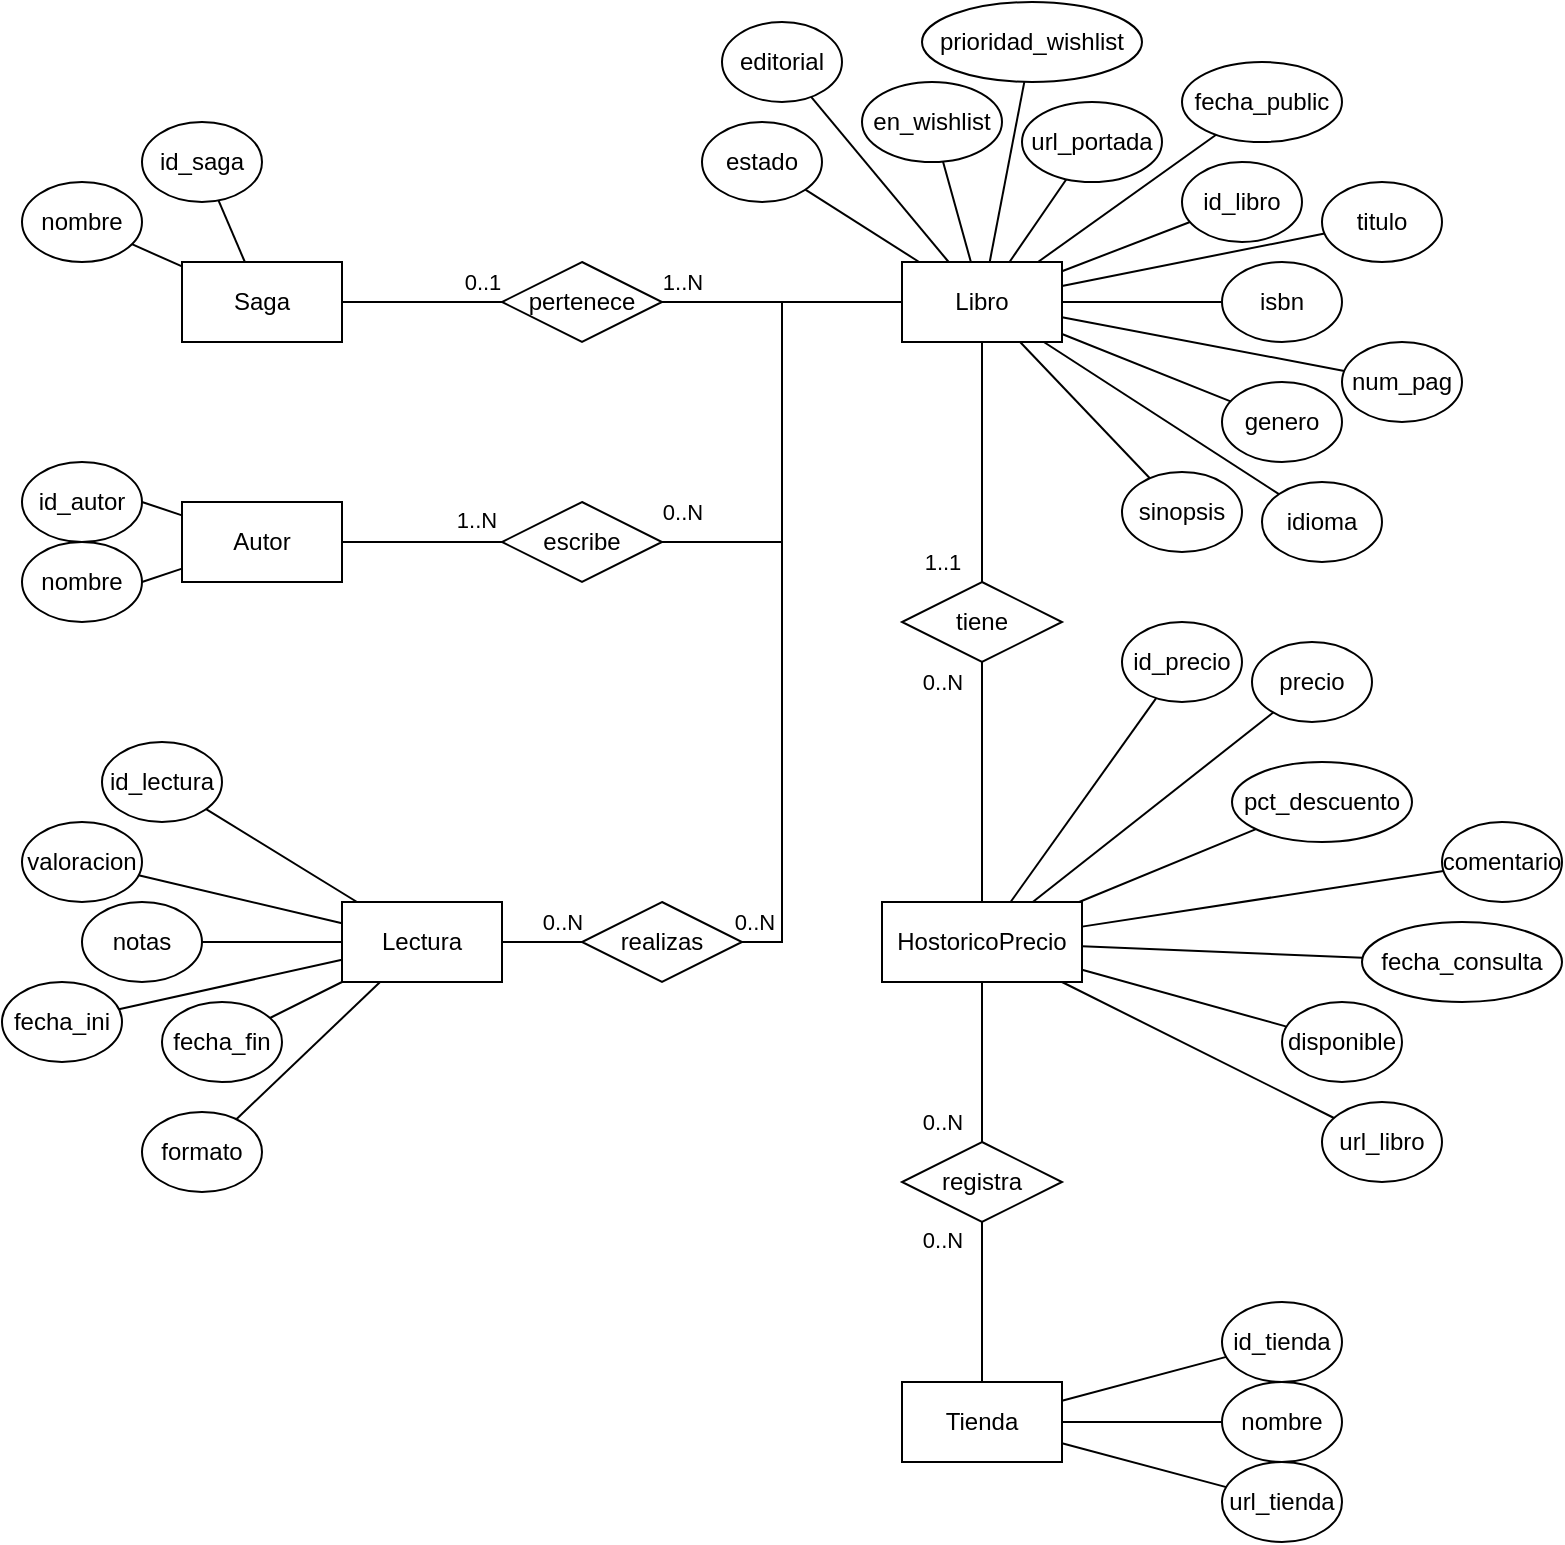
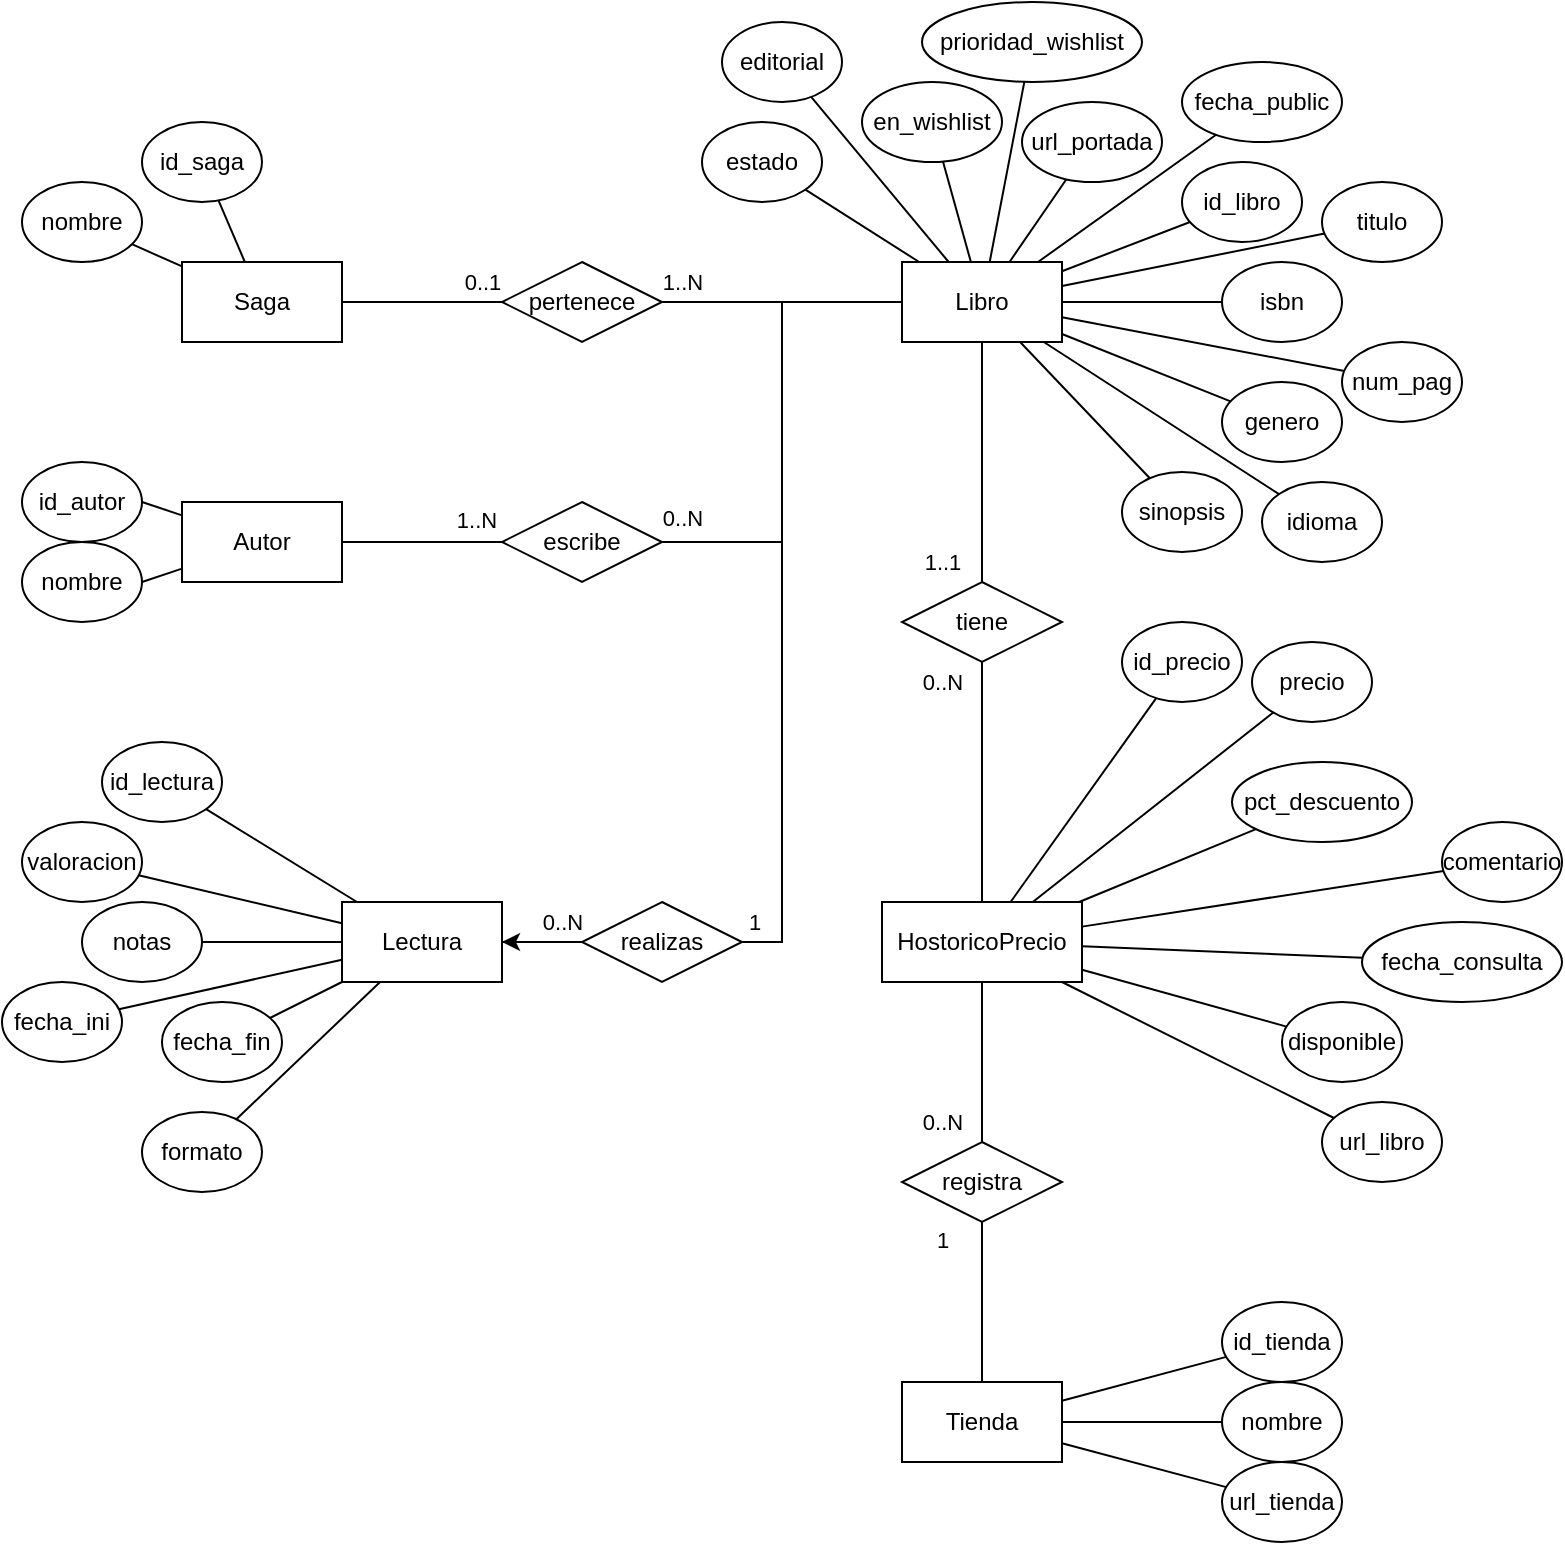
<mxfile host="app.diagrams.net">
  <diagram name="Page-1" id="43clveSkA00BWzA2pZKT">
    <mxGraphModel dx="1414" dy="777" grid="1" gridSize="10" guides="1" tooltips="1" connect="1" arrows="1" fold="1" page="1" pageScale="1" pageWidth="827" pageHeight="1169" math="0" shadow="0">
      <root>
        <mxCell id="0" />
        <mxCell id="1" parent="0" />
        <mxCell id="LIHbsuWyisdT2iaSAF74-56" edge="1" parent="1" source="LIHbsuWyisdT2iaSAF74-1" style="rounded=0;orthogonalLoop=1;jettySize=auto;html=1;endArrow=none;endFill=0;" target="LIHbsuWyisdT2iaSAF74-40">
          <mxGeometry relative="1" as="geometry" />
        </mxCell>
        <mxCell id="LIHbsuWyisdT2iaSAF74-57" edge="1" parent="1" source="LIHbsuWyisdT2iaSAF74-1" style="rounded=0;orthogonalLoop=1;jettySize=auto;html=1;endArrow=none;endFill=0;" target="LIHbsuWyisdT2iaSAF74-21">
          <mxGeometry relative="1" as="geometry" />
        </mxCell>
        <mxCell id="LIHbsuWyisdT2iaSAF74-58" edge="1" parent="1" source="LIHbsuWyisdT2iaSAF74-1" style="rounded=0;orthogonalLoop=1;jettySize=auto;html=1;endArrow=none;endFill=0;" target="LIHbsuWyisdT2iaSAF74-10">
          <mxGeometry relative="1" as="geometry" />
        </mxCell>
        <mxCell id="LIHbsuWyisdT2iaSAF74-59" edge="1" parent="1" source="LIHbsuWyisdT2iaSAF74-1" style="rounded=0;orthogonalLoop=1;jettySize=auto;html=1;endArrow=none;endFill=0;" target="LIHbsuWyisdT2iaSAF74-36">
          <mxGeometry relative="1" as="geometry" />
        </mxCell>
        <mxCell id="LIHbsuWyisdT2iaSAF74-60" edge="1" parent="1" source="LIHbsuWyisdT2iaSAF74-1" style="rounded=0;orthogonalLoop=1;jettySize=auto;html=1;endArrow=none;endFill=0;" target="LIHbsuWyisdT2iaSAF74-3">
          <mxGeometry relative="1" as="geometry" />
        </mxCell>
        <mxCell id="LIHbsuWyisdT2iaSAF74-61" edge="1" parent="1" source="LIHbsuWyisdT2iaSAF74-1" style="rounded=0;orthogonalLoop=1;jettySize=auto;html=1;endArrow=none;endFill=0;" target="LIHbsuWyisdT2iaSAF74-23">
          <mxGeometry relative="1" as="geometry" />
        </mxCell>
        <mxCell id="LIHbsuWyisdT2iaSAF74-62" edge="1" parent="1" source="LIHbsuWyisdT2iaSAF74-1" style="rounded=0;orthogonalLoop=1;jettySize=auto;html=1;endArrow=none;endFill=0;" target="LIHbsuWyisdT2iaSAF74-17">
          <mxGeometry relative="1" as="geometry" />
        </mxCell>
        <mxCell id="LIHbsuWyisdT2iaSAF74-63" edge="1" parent="1" source="LIHbsuWyisdT2iaSAF74-1" style="rounded=0;orthogonalLoop=1;jettySize=auto;html=1;endArrow=none;endFill=0;" target="LIHbsuWyisdT2iaSAF74-38">
          <mxGeometry relative="1" as="geometry" />
        </mxCell>
        <mxCell id="LIHbsuWyisdT2iaSAF74-64" edge="1" parent="1" source="LIHbsuWyisdT2iaSAF74-1" style="rounded=0;orthogonalLoop=1;jettySize=auto;html=1;endArrow=none;endFill=0;" target="LIHbsuWyisdT2iaSAF74-39">
          <mxGeometry relative="1" as="geometry" />
        </mxCell>
        <mxCell id="LIHbsuWyisdT2iaSAF74-65" edge="1" parent="1" source="LIHbsuWyisdT2iaSAF74-1" style="rounded=0;orthogonalLoop=1;jettySize=auto;html=1;endArrow=none;endFill=0;" target="LIHbsuWyisdT2iaSAF74-48">
          <mxGeometry relative="1" as="geometry" />
        </mxCell>
        <mxCell id="LIHbsuWyisdT2iaSAF74-66" edge="1" parent="1" source="LIHbsuWyisdT2iaSAF74-1" style="rounded=0;orthogonalLoop=1;jettySize=auto;html=1;endArrow=none;endFill=0;" target="LIHbsuWyisdT2iaSAF74-47">
          <mxGeometry relative="1" as="geometry" />
        </mxCell>
        <mxCell id="LIHbsuWyisdT2iaSAF74-67" edge="1" parent="1" source="LIHbsuWyisdT2iaSAF74-1" style="rounded=0;orthogonalLoop=1;jettySize=auto;html=1;endArrow=none;endFill=0;" target="LIHbsuWyisdT2iaSAF74-37">
          <mxGeometry relative="1" as="geometry" />
        </mxCell>
        <mxCell id="LIHbsuWyisdT2iaSAF74-68" edge="1" parent="1" source="LIHbsuWyisdT2iaSAF74-1" style="rounded=0;orthogonalLoop=1;jettySize=auto;html=1;endArrow=none;endFill=0;" target="LIHbsuWyisdT2iaSAF74-41">
          <mxGeometry relative="1" as="geometry" />
        </mxCell>
        <mxCell id="LIHbsuWyisdT2iaSAF74-1" parent="1" style="rounded=0;whiteSpace=wrap;html=1;" value="Libro" vertex="1">
          <mxGeometry height="40" width="80" x="480" y="160" as="geometry" />
        </mxCell>
        <mxCell id="LIHbsuWyisdT2iaSAF74-49" edge="1" parent="1" source="LIHbsuWyisdT2iaSAF74-2" style="rounded=0;orthogonalLoop=1;jettySize=auto;html=1;endArrow=none;endFill=0;" target="LIHbsuWyisdT2iaSAF74-16">
          <mxGeometry relative="1" as="geometry">
            <mxPoint x="80" y="120" as="targetPoint" />
          </mxGeometry>
        </mxCell>
        <mxCell id="LIHbsuWyisdT2iaSAF74-50" edge="1" parent="1" source="LIHbsuWyisdT2iaSAF74-2" style="rounded=0;orthogonalLoop=1;jettySize=auto;html=1;endArrow=none;endFill=0;" target="LIHbsuWyisdT2iaSAF74-8">
          <mxGeometry relative="1" as="geometry">
            <mxPoint x="80" y="160" as="targetPoint" />
          </mxGeometry>
        </mxCell>
        <mxCell id="LIHbsuWyisdT2iaSAF74-2" parent="1" style="rounded=0;whiteSpace=wrap;html=1;" value="Saga" vertex="1">
          <mxGeometry height="40" width="80" x="120" y="160" as="geometry" />
        </mxCell>
        <mxCell id="LIHbsuWyisdT2iaSAF74-3" parent="1" style="ellipse;whiteSpace=wrap;html=1;" value="isbn" vertex="1">
          <mxGeometry height="40" width="60" x="640" y="160" as="geometry" />
        </mxCell>
        <mxCell id="LIHbsuWyisdT2iaSAF74-8" parent="1" style="ellipse;whiteSpace=wrap;html=1;" value="nombre" vertex="1">
          <mxGeometry height="40" width="60" x="40" y="120" as="geometry" />
        </mxCell>
        <mxCell id="LIHbsuWyisdT2iaSAF74-10" parent="1" style="ellipse;whiteSpace=wrap;html=1;" value="genero" vertex="1">
          <mxGeometry height="40" width="60" x="640" y="220" as="geometry" />
        </mxCell>
        <mxCell id="LIHbsuWyisdT2iaSAF74-76" edge="1" parent="1" source="LIHbsuWyisdT2iaSAF74-11" style="rounded=0;orthogonalLoop=1;jettySize=auto;html=1;endArrow=none;endFill=0;" target="LIHbsuWyisdT2iaSAF74-26">
          <mxGeometry relative="1" as="geometry" />
        </mxCell>
        <mxCell id="LIHbsuWyisdT2iaSAF74-77" edge="1" parent="1" source="LIHbsuWyisdT2iaSAF74-11" style="rounded=0;orthogonalLoop=1;jettySize=auto;html=1;endArrow=none;endFill=0;" target="LIHbsuWyisdT2iaSAF74-27">
          <mxGeometry relative="1" as="geometry" />
        </mxCell>
        <mxCell id="LIHbsuWyisdT2iaSAF74-78" edge="1" parent="1" source="LIHbsuWyisdT2iaSAF74-11" style="rounded=0;orthogonalLoop=1;jettySize=auto;html=1;endArrow=none;endFill=0;" target="LIHbsuWyisdT2iaSAF74-28">
          <mxGeometry relative="1" as="geometry">
            <mxPoint x="470" y="480" as="targetPoint" />
          </mxGeometry>
        </mxCell>
        <mxCell id="LIHbsuWyisdT2iaSAF74-79" edge="1" parent="1" source="LIHbsuWyisdT2iaSAF74-11" style="rounded=0;orthogonalLoop=1;jettySize=auto;html=1;endArrow=none;endFill=0;" target="LIHbsuWyisdT2iaSAF74-29">
          <mxGeometry relative="1" as="geometry" />
        </mxCell>
        <mxCell id="LIHbsuWyisdT2iaSAF74-80" edge="1" parent="1" source="LIHbsuWyisdT2iaSAF74-11" style="rounded=0;orthogonalLoop=1;jettySize=auto;html=1;endArrow=none;endFill=0;" target="LIHbsuWyisdT2iaSAF74-30">
          <mxGeometry relative="1" as="geometry" />
        </mxCell>
        <mxCell id="LIHbsuWyisdT2iaSAF74-81" edge="1" parent="1" source="LIHbsuWyisdT2iaSAF74-11" style="rounded=0;orthogonalLoop=1;jettySize=auto;html=1;endArrow=none;endFill=0;" target="LIHbsuWyisdT2iaSAF74-42">
          <mxGeometry relative="1" as="geometry" />
        </mxCell>
        <mxCell id="LIHbsuWyisdT2iaSAF74-11" parent="1" style="rounded=0;whiteSpace=wrap;html=1;" value="Lectura" vertex="1">
          <mxGeometry height="40" width="80" x="200" y="480" as="geometry" />
        </mxCell>
        <mxCell id="LIHbsuWyisdT2iaSAF74-51" edge="1" parent="1" source="LIHbsuWyisdT2iaSAF74-12" style="rounded=0;orthogonalLoop=1;jettySize=auto;html=1;entryX=1;entryY=0.5;entryDx=0;entryDy=0;endArrow=none;endFill=0;" target="LIHbsuWyisdT2iaSAF74-18">
          <mxGeometry relative="1" as="geometry" />
        </mxCell>
        <mxCell id="LIHbsuWyisdT2iaSAF74-52" edge="1" parent="1" source="LIHbsuWyisdT2iaSAF74-12" style="rounded=0;orthogonalLoop=1;jettySize=auto;html=1;entryX=1;entryY=0.5;entryDx=0;entryDy=0;endArrow=none;endFill=0;" target="LIHbsuWyisdT2iaSAF74-19">
          <mxGeometry relative="1" as="geometry" />
        </mxCell>
        <mxCell id="LIHbsuWyisdT2iaSAF74-12" parent="1" style="rounded=0;whiteSpace=wrap;html=1;" value="Autor" vertex="1">
          <mxGeometry height="40" width="80" x="120" y="280" as="geometry" />
        </mxCell>
        <mxCell id="LIHbsuWyisdT2iaSAF74-69" edge="1" parent="1" source="LIHbsuWyisdT2iaSAF74-13" style="rounded=0;orthogonalLoop=1;jettySize=auto;html=1;endArrow=none;endFill=0;" target="LIHbsuWyisdT2iaSAF74-31">
          <mxGeometry relative="1" as="geometry" />
        </mxCell>
        <mxCell id="LIHbsuWyisdT2iaSAF74-70" edge="1" parent="1" source="LIHbsuWyisdT2iaSAF74-13" style="rounded=0;orthogonalLoop=1;jettySize=auto;html=1;endArrow=none;endFill=0;" target="LIHbsuWyisdT2iaSAF74-32">
          <mxGeometry relative="1" as="geometry" />
        </mxCell>
        <mxCell id="LIHbsuWyisdT2iaSAF74-71" edge="1" parent="1" source="LIHbsuWyisdT2iaSAF74-13" style="rounded=0;orthogonalLoop=1;jettySize=auto;html=1;endArrow=none;endFill=0;" target="LIHbsuWyisdT2iaSAF74-34">
          <mxGeometry relative="1" as="geometry" />
        </mxCell>
        <mxCell id="LIHbsuWyisdT2iaSAF74-72" edge="1" parent="1" source="LIHbsuWyisdT2iaSAF74-13" style="rounded=0;orthogonalLoop=1;jettySize=auto;html=1;endArrow=none;endFill=0;" target="LIHbsuWyisdT2iaSAF74-35">
          <mxGeometry relative="1" as="geometry" />
        </mxCell>
        <mxCell id="LIHbsuWyisdT2iaSAF74-73" edge="1" parent="1" source="LIHbsuWyisdT2iaSAF74-13" style="rounded=0;orthogonalLoop=1;jettySize=auto;html=1;endArrow=none;endFill=0;" target="LIHbsuWyisdT2iaSAF74-44">
          <mxGeometry relative="1" as="geometry" />
        </mxCell>
        <mxCell id="LIHbsuWyisdT2iaSAF74-74" edge="1" parent="1" source="LIHbsuWyisdT2iaSAF74-13" style="rounded=0;orthogonalLoop=1;jettySize=auto;html=1;endArrow=none;endFill=0;" target="LIHbsuWyisdT2iaSAF74-45">
          <mxGeometry relative="1" as="geometry" />
        </mxCell>
        <mxCell id="LIHbsuWyisdT2iaSAF74-75" edge="1" parent="1" source="LIHbsuWyisdT2iaSAF74-13" style="rounded=0;orthogonalLoop=1;jettySize=auto;html=1;endArrow=none;endFill=0;" target="LIHbsuWyisdT2iaSAF74-46">
          <mxGeometry relative="1" as="geometry" />
        </mxCell>
        <mxCell id="LIHbsuWyisdT2iaSAF74-13" parent="1" style="rounded=0;whiteSpace=wrap;html=1;" value="HostoricoPrecio" vertex="1">
          <mxGeometry height="40" width="100" x="470" y="480" as="geometry" />
        </mxCell>
        <mxCell id="LIHbsuWyisdT2iaSAF74-53" edge="1" parent="1" source="LIHbsuWyisdT2iaSAF74-14" style="rounded=0;orthogonalLoop=1;jettySize=auto;html=1;endArrow=none;endFill=0;" target="LIHbsuWyisdT2iaSAF74-24">
          <mxGeometry relative="1" as="geometry" />
        </mxCell>
        <mxCell id="LIHbsuWyisdT2iaSAF74-54" edge="1" parent="1" source="LIHbsuWyisdT2iaSAF74-14" style="rounded=0;orthogonalLoop=1;jettySize=auto;html=1;endArrow=none;endFill=0;" target="LIHbsuWyisdT2iaSAF74-25">
          <mxGeometry relative="1" as="geometry" />
        </mxCell>
        <mxCell id="LIHbsuWyisdT2iaSAF74-55" edge="1" parent="1" source="LIHbsuWyisdT2iaSAF74-14" style="rounded=0;orthogonalLoop=1;jettySize=auto;html=1;endArrow=none;endFill=0;" target="LIHbsuWyisdT2iaSAF74-43">
          <mxGeometry relative="1" as="geometry" />
        </mxCell>
        <mxCell id="LIHbsuWyisdT2iaSAF74-14" parent="1" style="rounded=0;whiteSpace=wrap;html=1;" value="Tienda" vertex="1">
          <mxGeometry height="40" width="80" x="480" y="720" as="geometry" />
        </mxCell>
        <mxCell id="LIHbsuWyisdT2iaSAF74-16" parent="1" style="ellipse;whiteSpace=wrap;html=1;" value="id_saga" vertex="1">
          <mxGeometry height="40" width="60" x="100" y="90" as="geometry" />
        </mxCell>
        <mxCell id="LIHbsuWyisdT2iaSAF74-17" parent="1" style="ellipse;whiteSpace=wrap;html=1;" value="id_libro&lt;span style=&quot;color: rgba(0, 0, 0, 0); font-family: monospace; font-size: 0px; text-align: start; white-space: nowrap;&quot;&gt;%3CmxGraphModel%3E%3Croot%3E%3CmxCell%20id%3D%220%22%2F%3E%3CmxCell%20id%3D%221%22%20parent%3D%220%22%2F%3E%3CmxCell%20id%3D%222%22%20parent%3D%221%22%20style%3D%22ellipse%3BwhiteSpace%3Dwrap%3Bhtml%3D1%3B%22%20value%3D%22nombre%22%20vertex%3D%221%22%3E%3CmxGeometry%20height%3D%2240%22%20width%3D%2260%22%20x%3D%2240%22%20y%3D%2280%22%20as%3D%22geometry%22%2F%3E%3C%2FmxCell%3E%3C%2Froot%3E%3C%2FmxGraphModel%3E&lt;/span&gt;" vertex="1">
          <mxGeometry height="40" width="60" x="620" y="110" as="geometry" />
        </mxCell>
        <mxCell id="LIHbsuWyisdT2iaSAF74-18" parent="1" style="ellipse;whiteSpace=wrap;html=1;" value="id_autor" vertex="1">
          <mxGeometry height="40" width="60" x="40" y="260" as="geometry" />
        </mxCell>
        <mxCell id="LIHbsuWyisdT2iaSAF74-19" parent="1" style="ellipse;whiteSpace=wrap;html=1;" value="nombre" vertex="1">
          <mxGeometry height="40" width="60" x="40" y="300" as="geometry" />
        </mxCell>
        <mxCell id="LIHbsuWyisdT2iaSAF74-21" parent="1" style="ellipse;whiteSpace=wrap;html=1;" value="idioma" vertex="1">
          <mxGeometry height="40" width="60" x="660" y="270" as="geometry" />
        </mxCell>
        <mxCell id="LIHbsuWyisdT2iaSAF74-23" parent="1" style="ellipse;whiteSpace=wrap;html=1;" value="titulo" vertex="1">
          <mxGeometry height="40" width="60" x="690" y="120" as="geometry" />
        </mxCell>
        <mxCell id="LIHbsuWyisdT2iaSAF74-24" parent="1" style="ellipse;whiteSpace=wrap;html=1;" value="id_tienda" vertex="1">
          <mxGeometry height="40" width="60" x="640" y="680" as="geometry" />
        </mxCell>
        <mxCell id="LIHbsuWyisdT2iaSAF74-25" parent="1" style="ellipse;whiteSpace=wrap;html=1;" value="nombre" vertex="1">
          <mxGeometry height="40" width="60" x="640" y="720" as="geometry" />
        </mxCell>
        <mxCell id="LIHbsuWyisdT2iaSAF74-26" parent="1" style="ellipse;whiteSpace=wrap;html=1;" value="id_lectura" vertex="1">
          <mxGeometry height="40" width="60" x="80" y="400" as="geometry" />
        </mxCell>
        <mxCell id="LIHbsuWyisdT2iaSAF74-27" parent="1" style="ellipse;whiteSpace=wrap;html=1;" value="valoracion" vertex="1">
          <mxGeometry height="40" width="60" x="40" y="440" as="geometry" />
        </mxCell>
        <mxCell id="LIHbsuWyisdT2iaSAF74-28" parent="1" style="ellipse;whiteSpace=wrap;html=1;" value="notas" vertex="1">
          <mxGeometry height="40" width="60" x="70" y="480" as="geometry" />
        </mxCell>
        <mxCell id="LIHbsuWyisdT2iaSAF74-29" parent="1" style="ellipse;whiteSpace=wrap;html=1;" value="fecha_ini" vertex="1">
          <mxGeometry height="40" width="60" x="30" y="520" as="geometry" />
        </mxCell>
        <mxCell id="LIHbsuWyisdT2iaSAF74-30" parent="1" style="ellipse;whiteSpace=wrap;html=1;" value="fecha_fin" vertex="1">
          <mxGeometry height="40" width="60" x="110" y="530" as="geometry" />
        </mxCell>
        <mxCell id="LIHbsuWyisdT2iaSAF74-31" parent="1" style="ellipse;whiteSpace=wrap;html=1;" value="id_precio" vertex="1">
          <mxGeometry height="40" width="60" x="590" y="340" as="geometry" />
        </mxCell>
        <mxCell id="LIHbsuWyisdT2iaSAF74-32" parent="1" style="ellipse;whiteSpace=wrap;html=1;" value="precio" vertex="1">
          <mxGeometry height="40" width="60" x="655" y="350" as="geometry" />
        </mxCell>
        <mxCell id="LIHbsuWyisdT2iaSAF74-34" parent="1" style="ellipse;whiteSpace=wrap;html=1;" value="pct_descuento" vertex="1">
          <mxGeometry height="40" width="90" x="645" y="410" as="geometry" />
        </mxCell>
        <mxCell id="LIHbsuWyisdT2iaSAF74-35" parent="1" style="ellipse;whiteSpace=wrap;html=1;" value="comentario" vertex="1">
          <mxGeometry height="40" width="60" x="750" y="440" as="geometry" />
        </mxCell>
        <mxCell id="LIHbsuWyisdT2iaSAF74-36" parent="1" style="ellipse;whiteSpace=wrap;html=1;" value="num_pag" vertex="1">
          <mxGeometry height="40" width="60" x="700" y="200" as="geometry" />
        </mxCell>
        <mxCell id="LIHbsuWyisdT2iaSAF74-37" parent="1" style="ellipse;whiteSpace=wrap;html=1;" value="editorial" vertex="1">
          <mxGeometry height="40" width="60" x="390" y="40" as="geometry" />
        </mxCell>
        <mxCell id="LIHbsuWyisdT2iaSAF74-38" parent="1" style="ellipse;whiteSpace=wrap;html=1;" value="fecha_public" vertex="1">
          <mxGeometry height="40" width="80" x="620" y="60" as="geometry" />
        </mxCell>
        <mxCell id="LIHbsuWyisdT2iaSAF74-39" parent="1" style="ellipse;whiteSpace=wrap;html=1;" value="url_&lt;span style=&quot;background-color: transparent; color: light-dark(rgb(0, 0, 0), rgb(255, 255, 255));&quot;&gt;portada&lt;/span&gt;" vertex="1">
          <mxGeometry height="40" width="70" x="540" y="80" as="geometry" />
        </mxCell>
        <mxCell id="LIHbsuWyisdT2iaSAF74-40" parent="1" style="ellipse;whiteSpace=wrap;html=1;" value="sinopsis" vertex="1">
          <mxGeometry height="40" width="60" x="590" y="265" as="geometry" />
        </mxCell>
        <mxCell id="LIHbsuWyisdT2iaSAF74-41" parent="1" style="ellipse;whiteSpace=wrap;html=1;" value="estado" vertex="1">
          <mxGeometry height="40" width="60" x="380" y="90" as="geometry" />
        </mxCell>
        <mxCell id="LIHbsuWyisdT2iaSAF74-42" parent="1" style="ellipse;whiteSpace=wrap;html=1;" value="formato" vertex="1">
          <mxGeometry height="40" width="60" x="100" y="585" as="geometry" />
        </mxCell>
        <mxCell id="LIHbsuWyisdT2iaSAF74-43" parent="1" style="ellipse;whiteSpace=wrap;html=1;" value="url_tienda" vertex="1">
          <mxGeometry height="40" width="60" x="640" y="760" as="geometry" />
        </mxCell>
        <mxCell id="LIHbsuWyisdT2iaSAF74-44" parent="1" style="ellipse;whiteSpace=wrap;html=1;" value="fecha_consulta" vertex="1">
          <mxGeometry height="40" width="100" x="710" y="490" as="geometry" />
        </mxCell>
        <mxCell id="LIHbsuWyisdT2iaSAF74-45" parent="1" style="ellipse;whiteSpace=wrap;html=1;" value="disponible" vertex="1">
          <mxGeometry height="40" width="60" x="670" y="530" as="geometry" />
        </mxCell>
        <mxCell id="LIHbsuWyisdT2iaSAF74-46" parent="1" style="ellipse;whiteSpace=wrap;html=1;" value="url_libro" vertex="1">
          <mxGeometry height="40" width="60" x="690" y="580" as="geometry" />
        </mxCell>
        <mxCell id="LIHbsuWyisdT2iaSAF74-47" parent="1" style="ellipse;whiteSpace=wrap;html=1;" value="en_wishlist" vertex="1">
          <mxGeometry height="40" width="70" x="460" y="70" as="geometry" />
        </mxCell>
        <mxCell id="LIHbsuWyisdT2iaSAF74-48" parent="1" style="ellipse;whiteSpace=wrap;html=1;" value="prioridad_wishlist" vertex="1">
          <mxGeometry height="40" width="110" x="490" y="30" as="geometry" />
        </mxCell>
        <mxCell id="LIHbsuWyisdT2iaSAF74-83" edge="1" parent="1" source="LIHbsuWyisdT2iaSAF74-82" style="rounded=0;orthogonalLoop=1;jettySize=auto;html=1;endArrow=none;endFill=0;edgeStyle=orthogonalEdgeStyle;" target="LIHbsuWyisdT2iaSAF74-2">
          <mxGeometry relative="1" as="geometry">
            <mxPoint x="270" y="180" as="sourcePoint" />
          </mxGeometry>
        </mxCell>
        <mxCell id="LIHbsuWyisdT2iaSAF74-99" connectable="0" parent="LIHbsuWyisdT2iaSAF74-83" style="edgeLabel;html=1;align=center;verticalAlign=middle;resizable=0;points=[];" value="0..1" vertex="1">
          <mxGeometry relative="1" x="-0.475" as="geometry">
            <mxPoint x="11" y="-10" as="offset" />
          </mxGeometry>
        </mxCell>
        <mxCell id="LIHbsuWyisdT2iaSAF74-84" edge="1" parent="1" source="LIHbsuWyisdT2iaSAF74-82" style="rounded=0;orthogonalLoop=1;jettySize=auto;html=1;endArrow=none;endFill=0;edgeStyle=orthogonalEdgeStyle;" target="LIHbsuWyisdT2iaSAF74-1">
          <mxGeometry relative="1" as="geometry" />
        </mxCell>
        <mxCell id="LIHbsuWyisdT2iaSAF74-98" connectable="0" parent="LIHbsuWyisdT2iaSAF74-84" style="edgeLabel;html=1;align=center;verticalAlign=middle;resizable=0;points=[];" value="1..N" vertex="1">
          <mxGeometry relative="1" x="-0.65" y="3" as="geometry">
            <mxPoint x="-11" y="-7" as="offset" />
          </mxGeometry>
        </mxCell>
        <mxCell id="LIHbsuWyisdT2iaSAF74-82" parent="1" style="rhombus;whiteSpace=wrap;html=1;" value="pertenece" vertex="1">
          <mxGeometry height="40" width="80" x="280" y="160" as="geometry" />
        </mxCell>
        <mxCell id="LIHbsuWyisdT2iaSAF74-87" edge="1" parent="1" source="LIHbsuWyisdT2iaSAF74-85" style="rounded=0;orthogonalLoop=1;jettySize=auto;html=1;endArrow=none;endFill=0;edgeStyle=orthogonalEdgeStyle;" target="LIHbsuWyisdT2iaSAF74-1">
          <mxGeometry relative="1" as="geometry">
            <Array as="points">
              <mxPoint x="420" y="300" />
              <mxPoint x="420" y="180" />
            </Array>
          </mxGeometry>
        </mxCell>
        <mxCell id="LIHbsuWyisdT2iaSAF74-101" connectable="0" parent="LIHbsuWyisdT2iaSAF74-87" style="edgeLabel;html=1;align=center;verticalAlign=middle;resizable=0;points=[];" value="0..N" vertex="1">
          <mxGeometry relative="1" x="-0.7342" y="2" as="geometry">
-             <mxPoint x="-22" y="-13" as="offset" />
+             <mxPoint x="-22" y="-10" as="offset" />
          </mxGeometry>
        </mxCell>
        <mxCell id="LIHbsuWyisdT2iaSAF74-88" edge="1" parent="1" source="LIHbsuWyisdT2iaSAF74-85" style="rounded=0;orthogonalLoop=1;jettySize=auto;html=1;endArrow=none;endFill=0;edgeStyle=orthogonalEdgeStyle;" target="LIHbsuWyisdT2iaSAF74-12">
          <mxGeometry relative="1" as="geometry" />
        </mxCell>
        <mxCell id="LIHbsuWyisdT2iaSAF74-100" connectable="0" parent="LIHbsuWyisdT2iaSAF74-88" style="edgeLabel;html=1;align=center;verticalAlign=middle;resizable=0;points=[];" value="1..N" vertex="1">
          <mxGeometry relative="1" x="-0.675" y="-2" as="geometry">
            <mxPoint y="-9" as="offset" />
          </mxGeometry>
        </mxCell>
        <mxCell id="LIHbsuWyisdT2iaSAF74-85" parent="1" style="rhombus;whiteSpace=wrap;html=1;" value="escribe" vertex="1">
          <mxGeometry height="40" width="80" x="280" y="280" as="geometry" />
        </mxCell>
        <mxCell id="LIHbsuWyisdT2iaSAF74-90" edge="1" parent="1" source="LIHbsuWyisdT2iaSAF74-89" style="edgeStyle=orthogonalEdgeStyle;rounded=0;orthogonalLoop=1;jettySize=auto;html=1;endArrow=none;endFill=0;" target="LIHbsuWyisdT2iaSAF74-11">
          <mxGeometry relative="1" as="geometry" />
        </mxCell>
        <mxCell id="LIHbsuWyisdT2iaSAF74-102" connectable="0" parent="LIHbsuWyisdT2iaSAF74-90" style="edgeLabel;html=1;align=center;verticalAlign=middle;resizable=0;points=[];" value="0..N" vertex="1">
          <mxGeometry relative="1" x="-0.3534" y="1" as="geometry">
            <mxPoint x="3" y="-11" as="offset" />
          </mxGeometry>
        </mxCell>
        <mxCell id="LIHbsuWyisdT2iaSAF74-91" edge="1" parent="1" source="LIHbsuWyisdT2iaSAF74-89" style="edgeStyle=orthogonalEdgeStyle;rounded=0;orthogonalLoop=1;jettySize=auto;html=1;endArrow=none;endFill=0;" target="LIHbsuWyisdT2iaSAF74-1">
          <mxGeometry relative="1" as="geometry">
            <Array as="points">
              <mxPoint x="420" y="500" />
              <mxPoint x="420" y="180" />
            </Array>
          </mxGeometry>
        </mxCell>
-         <mxCell id="LIHbsuWyisdT2iaSAF74-103" connectable="0" parent="LIHbsuWyisdT2iaSAF74-91" style="edgeLabel;html=1;align=center;verticalAlign=middle;resizable=0;points=[];" value="0..N" vertex="1">
+         <mxCell id="LIHbsuWyisdT2iaSAF74-103" connectable="0" parent="LIHbsuWyisdT2iaSAF74-91" style="edgeLabel;html=1;align=center;verticalAlign=middle;resizable=0;points=[];" value="1" vertex="1">
          <mxGeometry relative="1" x="-0.9336" y="1" as="geometry">
            <mxPoint x="-8" y="-9" as="offset" />
          </mxGeometry>
+         </mxCell>
+         <mxCell id="Hhn2C3f1zZ_AtcUhHDvd-1" edge="1" parent="1" source="LIHbsuWyisdT2iaSAF74-89" style="edgeStyle=orthogonalEdgeStyle;rounded=0;orthogonalLoop=1;jettySize=auto;html=1;" target="LIHbsuWyisdT2iaSAF74-11" value="">
+           <mxGeometry relative="1" as="geometry" />
        </mxCell>
        <mxCell id="LIHbsuWyisdT2iaSAF74-89" parent="1" style="rhombus;whiteSpace=wrap;html=1;" value="realizas" vertex="1">
          <mxGeometry height="40" width="80" x="320" y="480" as="geometry" />
        </mxCell>
        <mxCell id="LIHbsuWyisdT2iaSAF74-93" edge="1" parent="1" source="LIHbsuWyisdT2iaSAF74-92" style="rounded=0;orthogonalLoop=1;jettySize=auto;html=1;endArrow=none;endFill=0;edgeStyle=orthogonalEdgeStyle;" target="LIHbsuWyisdT2iaSAF74-1">
          <mxGeometry relative="1" as="geometry" />
        </mxCell>
        <mxCell id="LIHbsuWyisdT2iaSAF74-104" connectable="0" parent="LIHbsuWyisdT2iaSAF74-93" style="edgeLabel;html=1;align=center;verticalAlign=middle;resizable=0;points=[];" value="1..1" vertex="1">
          <mxGeometry relative="1" x="-0.8253" as="geometry">
            <mxPoint x="-20" as="offset" />
          </mxGeometry>
        </mxCell>
        <mxCell id="LIHbsuWyisdT2iaSAF74-94" edge="1" parent="1" source="LIHbsuWyisdT2iaSAF74-92" style="edgeStyle=orthogonalEdgeStyle;rounded=0;orthogonalLoop=1;jettySize=auto;html=1;endArrow=none;endFill=0;" target="LIHbsuWyisdT2iaSAF74-13">
          <mxGeometry relative="1" as="geometry" />
        </mxCell>
        <mxCell id="LIHbsuWyisdT2iaSAF74-105" connectable="0" parent="LIHbsuWyisdT2iaSAF74-94" style="edgeLabel;html=1;align=center;verticalAlign=middle;resizable=0;points=[];" value="0..N" vertex="1">
          <mxGeometry relative="1" x="-0.7839" y="-1" as="geometry">
            <mxPoint x="-19" y="-3" as="offset" />
          </mxGeometry>
        </mxCell>
        <mxCell id="LIHbsuWyisdT2iaSAF74-92" parent="1" style="rhombus;whiteSpace=wrap;html=1;" value="tiene" vertex="1">
          <mxGeometry height="40" width="80" x="480" y="320" as="geometry" />
        </mxCell>
        <mxCell id="LIHbsuWyisdT2iaSAF74-96" edge="1" parent="1" source="LIHbsuWyisdT2iaSAF74-95" style="edgeStyle=orthogonalEdgeStyle;rounded=0;orthogonalLoop=1;jettySize=auto;html=1;endArrow=none;endFill=0;" target="LIHbsuWyisdT2iaSAF74-13">
          <mxGeometry relative="1" as="geometry" />
        </mxCell>
        <mxCell id="LIHbsuWyisdT2iaSAF74-107" connectable="0" parent="LIHbsuWyisdT2iaSAF74-96" style="edgeLabel;html=1;align=center;verticalAlign=middle;resizable=0;points=[];" value="0..N" vertex="1">
          <mxGeometry relative="1" x="-0.2897" y="1" as="geometry">
            <mxPoint x="-19" y="18" as="offset" />
          </mxGeometry>
        </mxCell>
        <mxCell id="LIHbsuWyisdT2iaSAF74-97" edge="1" parent="1" source="LIHbsuWyisdT2iaSAF74-95" style="edgeStyle=orthogonalEdgeStyle;rounded=0;orthogonalLoop=1;jettySize=auto;html=1;endArrow=none;endFill=0;" target="LIHbsuWyisdT2iaSAF74-14">
          <mxGeometry relative="1" as="geometry" />
        </mxCell>
-         <mxCell id="LIHbsuWyisdT2iaSAF74-106" connectable="0" parent="LIHbsuWyisdT2iaSAF74-97" style="edgeLabel;html=1;align=center;verticalAlign=middle;resizable=0;points=[];" value="0..N" vertex="1">
+         <mxCell id="LIHbsuWyisdT2iaSAF74-106" connectable="0" parent="LIHbsuWyisdT2iaSAF74-97" style="edgeLabel;html=1;align=center;verticalAlign=middle;resizable=0;points=[];" value="1" vertex="1">
          <mxGeometry relative="1" x="-0.7793" y="1" as="geometry">
            <mxPoint x="-21" as="offset" />
          </mxGeometry>
        </mxCell>
        <mxCell id="LIHbsuWyisdT2iaSAF74-95" parent="1" style="rhombus;whiteSpace=wrap;html=1;" value="registra" vertex="1">
          <mxGeometry height="40" width="80" x="480" y="600" as="geometry" />
        </mxCell>
      </root>
    </mxGraphModel>
  </diagram>
</mxfile>
